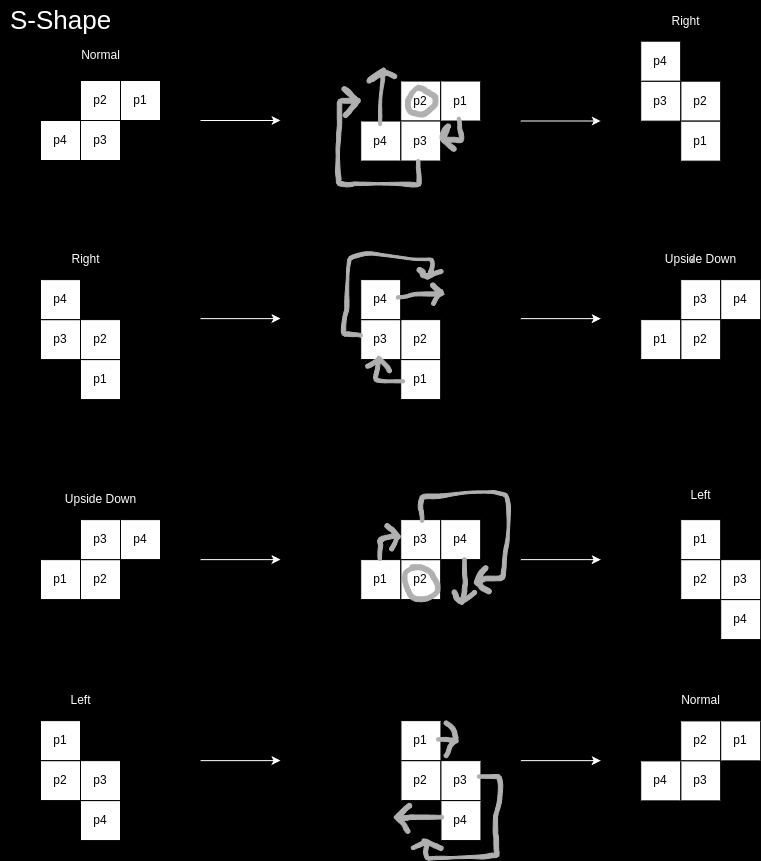
The draw.io diagram tetris_game/notes/s-shape_rotation.drawio.png in LR-CP/tetris_mini, before a commit. Source tidied: cells renumbered, new cells last; positions are measured from the earlier drawing's top-left corner, leaving out a move shared by most shapes.
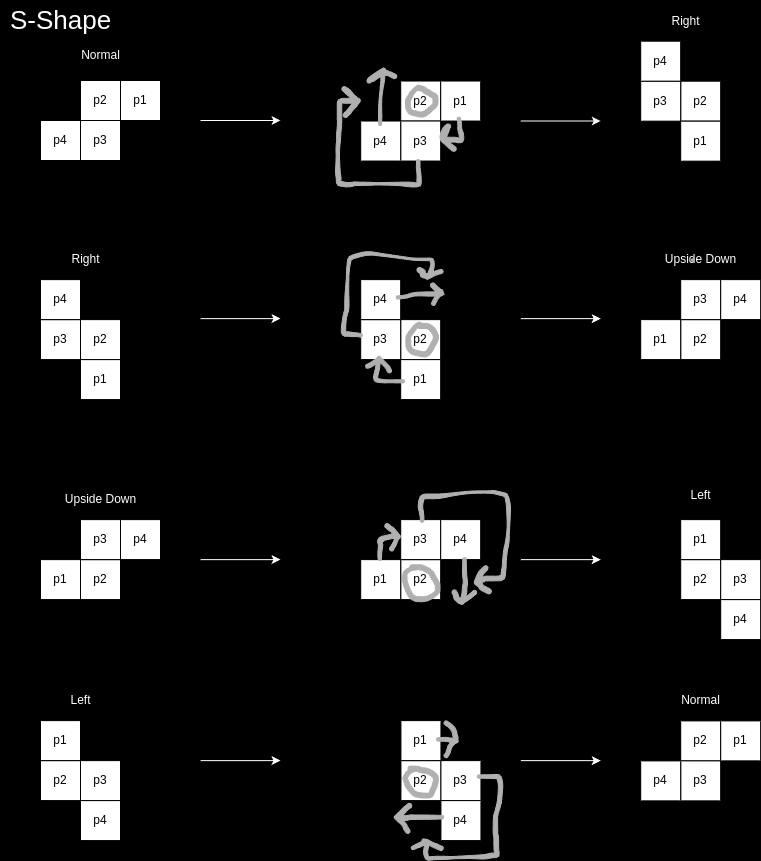
Later version of the same file.

Diff of the diagram source:
```diff
@@ -290,5 +290,11 @@
     <mxCell id="89" value="&lt;font color=&quot;#ffffff&quot;&gt;Normal&lt;/font&gt;" style="text;html=1;align=center;verticalAlign=middle;strokeColor=none;fillColor=none;" parent="1" vertex="1">
       <mxGeometry x="670.2" y="685" width="60" height="30" as="geometry" />
     </mxCell>
+    <mxCell id="90" style="shape=(stored shape, 1356 characters);lineShape=1;strokeColor=#B0B0B0;" parent="1" vertex="1">
+      <mxGeometry x="405.3" y="321.5" width="32.6" height="35" as="geometry" />
+    </mxCell>
+    <mxCell id="91" style="shape=(stored shape, 1360 characters);lineShape=1;strokeColor=#B0B0B0;" parent="1" vertex="1">
+      <mxGeometry x="402.2" y="765.5" width="35.6" height="32" as="geometry" />
+    </mxCell>
   </root>
 </mxGraphModel>
```
